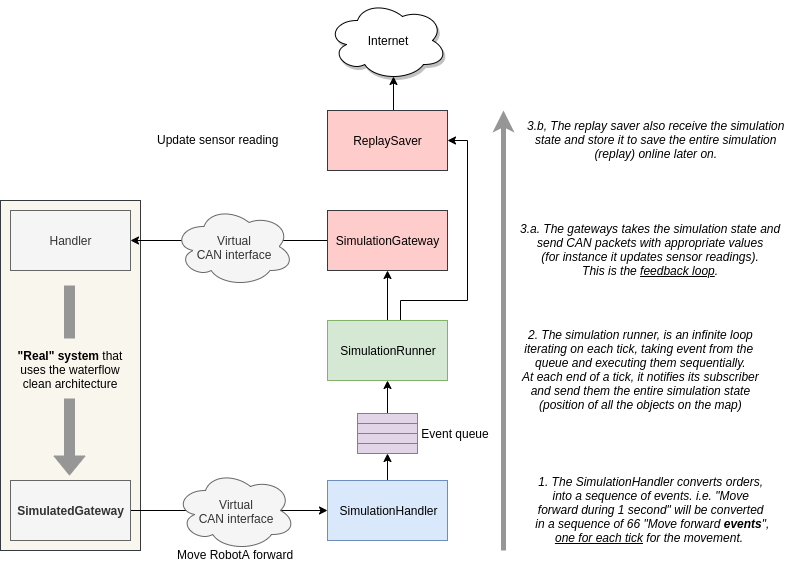
outech-robotic/code keeps this draw.io diagram as docs/img/simulation.png. Above is the earlier version. Source tidied: cells renumbered, new cells last; positions are measured from the earlier drawing's top-left corner, leaving out a move shared by most shapes.
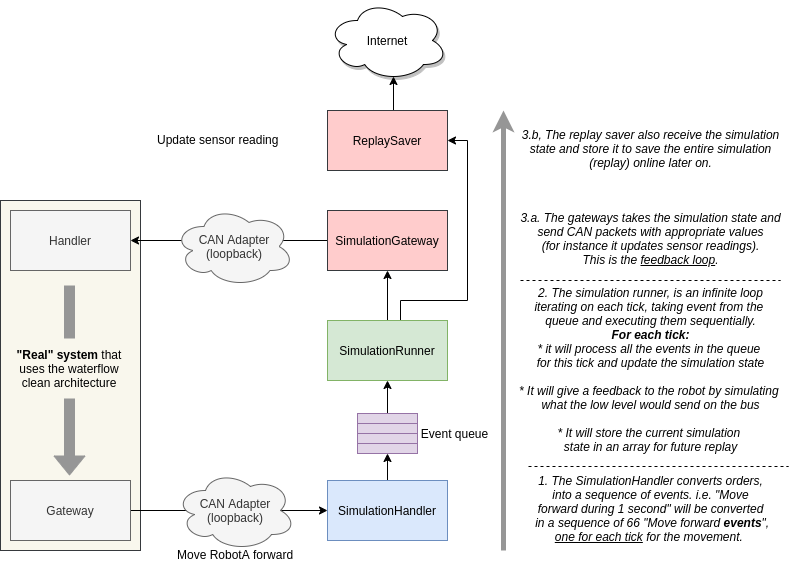
After the change.

Diff of the diagram source:
```diff
@@ -8,7 +8,7 @@
     <mxCell id="3" style="edgeStyle=orthogonalEdgeStyle;rounded=0;jettySize=auto;html=1;" parent="1" edge="1" source="4" target="6">
       <mxGeometry relative="1" as="geometry" />
     </mxCell>
-    <mxCell id="4" value="SimulatedGateway" style="rounded=0;whiteSpace=wrap;html=1;fillColor=#f5f5f5;strokeColor=#666666;fontColor=#333333;fontStyle=1;" parent="1" vertex="1">
+    <mxCell id="4" value="&lt;span style=&quot;font-weight: normal&quot;&gt;Gateway&lt;/span&gt;" style="rounded=0;whiteSpace=wrap;html=1;fillColor=#f5f5f5;strokeColor=#666666;fontColor=#333333;fontStyle=1;" parent="1" vertex="1">
       <mxGeometry x="10" y="480" width="120" height="60" as="geometry" />
     </mxCell>
     <mxCell id="5" style="edgeStyle=orthogonalEdgeStyle;rounded=0;jettySize=auto;html=1;exitX=0.5;exitY=0;exitDx=0;exitDy=0;entryX=0.5;entryY=1;entryDx=0;entryDy=0;" parent="1" edge="1" source="6" target="14">
@@ -70,17 +70,17 @@
     <mxCell id="21" value="&lt;i&gt;1. The SimulationHandler converts orders,&lt;br&gt;into a sequence of events. i.e. &quot;Move&lt;br&gt;forward during 1 second&quot; will be converted&lt;br&gt;&amp;nbsp;in a sequence of 66 &quot;Move forward &lt;b&gt;events&lt;/b&gt;&quot;,&lt;br&gt;&lt;u&gt;one for each tick&lt;/u&gt; for the movement.&amp;nbsp;&lt;/i&gt;" style="text;html=1;align=center;verticalAlign=middle;spacingTop=-4;labelBorderColor=none;horizontal=1;" parent="1" vertex="1">
       <mxGeometry x="525" y="475" width="250" height="70" as="geometry" />
     </mxCell>
-    <mxCell id="22" value="&lt;i&gt;2. The simulation runner, is an infinite loop&lt;br&gt;iterating on each tick, taking event from the &lt;br&gt;queue and executing them sequentially.&lt;br&gt;At each end of a tick, it notifies its subscriber&lt;br&gt;&amp;nbsp;and send them the entire simulation state &lt;br&gt;(position of all the objects on the map)&lt;br&gt;&lt;/i&gt;" style="text;html=1;align=center;verticalAlign=middle;spacingTop=-4;labelBorderColor=none;horizontal=1;" parent="1" vertex="1">
-      <mxGeometry x="515" y="330" width="250" height="80" as="geometry" />
+    <mxCell id="22" value="&lt;i&gt;2. The simulation runner, is an infinite loop&lt;br&gt;iterating on each tick, taking event from the &lt;br&gt;queue and executing them sequentially.&lt;br&gt;&lt;b&gt;For each tick:&lt;br&gt;&lt;/b&gt;* it will process all the events in the queue &lt;br&gt;for this tick and update the simulation state&lt;br&gt;&lt;br&gt;* It will give a feedback to the robot by simulating &lt;br&gt;what the low level would send on the bus&lt;br&gt;&lt;br&gt;* It will store the current simulation &lt;br&gt;state in an array for future replay&lt;br&gt;&lt;/i&gt;" style="text;html=1;align=center;verticalAlign=middle;spacingTop=-4;labelBorderColor=none;horizontal=1;" parent="1" vertex="1">
+      <mxGeometry x="515" y="286" width="270" height="170" as="geometry" />
     </mxCell>
     <mxCell id="23" value="SimulationGateway" style="rounded=0;whiteSpace=wrap;html=1;fillColor=#ffcccc;strokeColor=#36393d;" parent="1" vertex="1">
       <mxGeometry x="327" y="210" width="120" height="60" as="geometry" />
     </mxCell>
     <mxCell id="24" value="&lt;i&gt;3.a. The gateways takes the simulation state and&lt;br&gt;send CAN packets with appropriate values&lt;br&gt;(for instance it updates sensor readings).&lt;br&gt;This is the &lt;/i&gt;&lt;i&gt;&lt;u&gt;feedback loop&lt;/u&gt;.&lt;/i&gt;" style="text;html=1;align=center;verticalAlign=middle;spacingTop=-4;labelBorderColor=none;horizontal=1;" parent="1" vertex="1">
-      <mxGeometry x="510" y="220" width="280" height="60" as="geometry" />
+      <mxGeometry x="510" y="210" width="280" height="60" as="geometry" />
     </mxCell>
     <mxCell id="25" value="&lt;i&gt;3.b, The replay saver also receive the simulation&lt;br&gt;state and store it to save the entire simulation&lt;br&gt;(replay) online later on.&lt;br&gt;&lt;/i&gt;" style="text;html=1;align=center;verticalAlign=middle;spacingTop=-4;labelBorderColor=none;horizontal=1;" parent="1" vertex="1">
-      <mxGeometry x="520" y="120" width="270" height="40" as="geometry" />
+      <mxGeometry x="515" y="130" width="270" height="40" as="geometry" />
     </mxCell>
     <mxCell id="26" style="endArrow=classic;html=1;strokeWidth=5;strokeColor=#969696;" parent="1" edge="1">
       <mxGeometry relative="1" as="geometry">
@@ -103,11 +103,23 @@
     <mxCell id="30" value="Update sensor reading" style="text;html=1;align=left;verticalAlign=top;spacingTop=-4;" parent="1" vertex="1">
       <mxGeometry x="155" y="130" width="140" height="20" as="geometry" />
     </mxCell>
-    <mxCell id="31" value="Virtual&lt;br&gt;CAN interface" style="ellipse;shape=cloud;whiteSpace=wrap;html=1;fillColor=#f5f5f5;strokeColor=#666666;fontColor=#333333;" parent="1" vertex="1">
+    <mxCell id="31" value="CAN Adapter&lt;br&gt;(loopback)" style="ellipse;shape=cloud;whiteSpace=wrap;html=1;fillColor=#f5f5f5;strokeColor=#666666;fontColor=#333333;" parent="1" vertex="1">
       <mxGeometry x="175" y="470" width="120" height="80" as="geometry" />
     </mxCell>
-    <mxCell id="32" value="Virtual&lt;br&gt;CAN interface" style="ellipse;shape=cloud;whiteSpace=wrap;html=1;fillColor=#f5f5f5;strokeColor=#666666;fontColor=#333333;" parent="1" vertex="1">
+    <mxCell id="32" value="CAN Adapter&lt;br&gt;(loopback)" style="ellipse;shape=cloud;whiteSpace=wrap;html=1;fillColor=#f5f5f5;strokeColor=#666666;fontColor=#333333;" parent="1" vertex="1">
       <mxGeometry x="173.5" y="206" width="120" height="80" as="geometry" />
     </mxCell>
+    <mxCell id="33" style="endArrow=none;dashed=1;html=1;" parent="1" edge="1">
+      <mxGeometry relative="1" as="geometry">
+        <mxPoint x="528" y="466" as="sourcePoint" />
+        <mxPoint x="788" y="466" as="targetPoint" />
+      </mxGeometry>
+    </mxCell>
+    <mxCell id="34" style="endArrow=none;dashed=1;html=1;" parent="1" edge="1">
+      <mxGeometry relative="1" as="geometry">
+        <mxPoint x="520" y="280" as="sourcePoint" />
+        <mxPoint x="780" y="280" as="targetPoint" />
+      </mxGeometry>
+    </mxCell>
   </root>
 </mxGraphModel>
```
